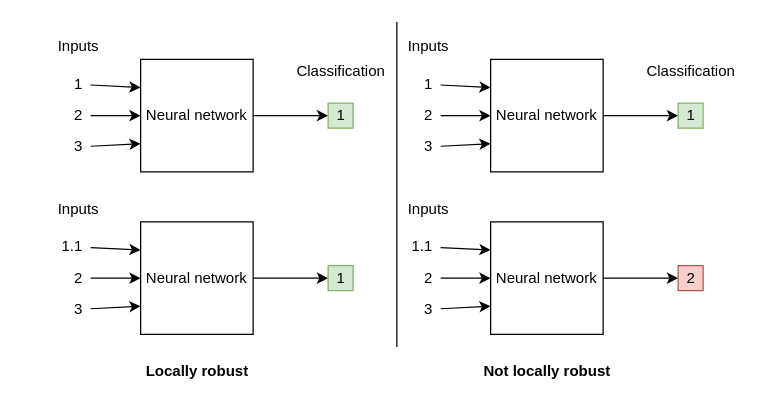
Before: Untitled Diagram.drawio in DaveHudiny/DaveHudiny, a draw.io diagram. Source tidied: cells renumbered, new cells numbered last; positions are measured from the earlier drawing's top-left corner, leaving out a move shared by most shapes. Both pictures are drawn from the tidied source at 125%, with x=0, y=0 at pixel (46, 21).
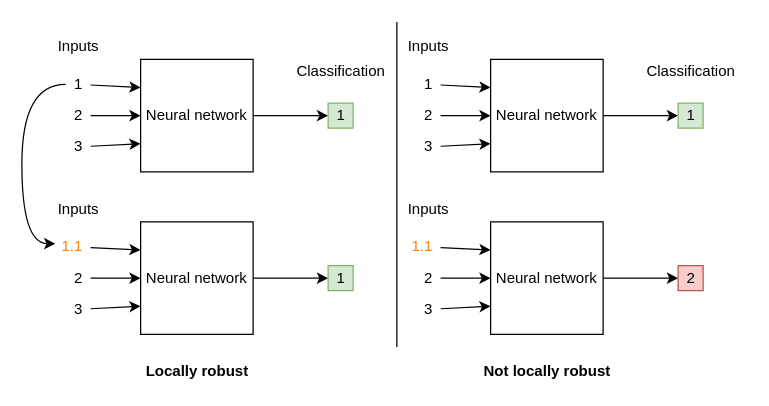
After the change.

The change refers to these unchanged cells:
```xml
<mxCell id="7" value="1" style="text;html=1;align=center;verticalAlign=middle;points=[];strokeColor=none;fillColor=none;" parent="1" vertex="1">
  <mxGeometry x="15" y="40" width="20" height="20" as="geometry" />
</mxCell>
```

What changed in the source:
```diff
@@
+    <mxCell id="47" style="edgeStyle=orthogonalEdgeStyle;curved=1;rounded=0;jettySize=auto;html=1;entryX=0.06;entryY=0.37;entryDx=0;entryDy=0;entryPerimeter=0;fontColor=#FF8000;" parent="1" edge="1" source="7" target="18">
+      <mxGeometry relative="1" as="geometry">
+        <Array as="points">
+          <mxPoint x="-20" y="50" />
+          <mxPoint x="-20" y="177" />
+        </Array>
+      </mxGeometry>
+    </mxCell>
@@
-    <mxCell id="18" value="1.1" style="text;html=1;align=center;verticalAlign=middle;points=[];strokeColor=none;fillColor=none;" parent="1" vertex="1">
+    <mxCell id="18" value="1.1" style="text;html=1;align=center;verticalAlign=middle;points=[];strokeColor=none;fillColor=none;fontColor=#FF8000;" parent="1" vertex="1">
       <mxGeometry x="5" y="170" width="30" height="20" as="geometry" />
     </mxCell>
@@
-    <mxCell id="39" value="1.1" style="text;html=1;align=center;verticalAlign=middle;points=[];strokeColor=none;fillColor=none;" parent="1" vertex="1">
+    <mxCell id="39" value="1.1" style="text;html=1;align=center;verticalAlign=middle;points=[];strokeColor=none;fillColor=none;fontColor=#FF8000;" parent="1" vertex="1">
       <mxGeometry x="285" y="170" width="30" height="20" as="geometry" />
     </mxCell>
```
